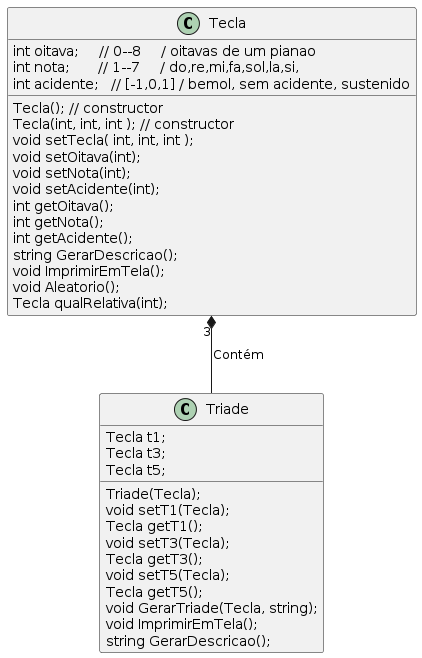
Earlier version of the PlantUML export c++/projects/notas/documetation/classDiagram.png (marcuswlima/learning). Source of this version:
```plantuml
@startuml
class Triade{
    Triade(Tecla);
    void setT1(Tecla);
    Tecla getT1();
    void setT3(Tecla);
    Tecla getT3();
    void setT5(Tecla);
    Tecla getT5();
    void GerarTriade(Tecla, string);
    void ImprimirEmTela();
    string GerarDescricao();
    Tecla t1;
    Tecla t3;
    Tecla t5;
}


class Tecla {
    Tecla(); // constructor
    Tecla(int, int, int ); // constructor
    void setTecla( int, int, int );
    void setOitava(int);
    void setNota(int);
    void setAcidente(int);
    int getOitava();
    int getNota();
    int getAcidente();
    string GerarDescricao();
    void ImprimirEmTela();
    void Aleatorio();
    Tecla qualRelativa(int);
    int oitava;     // 0--8     / oitavas de um pianao
    int nota;       // 1--7     / do,re,mi,fa,sol,la,si,
    int acidente;   // [-1,0,1] / bemol, sem acidente, sustenido
}

Tecla "3" *-- Triade: Contém

@enduml
```
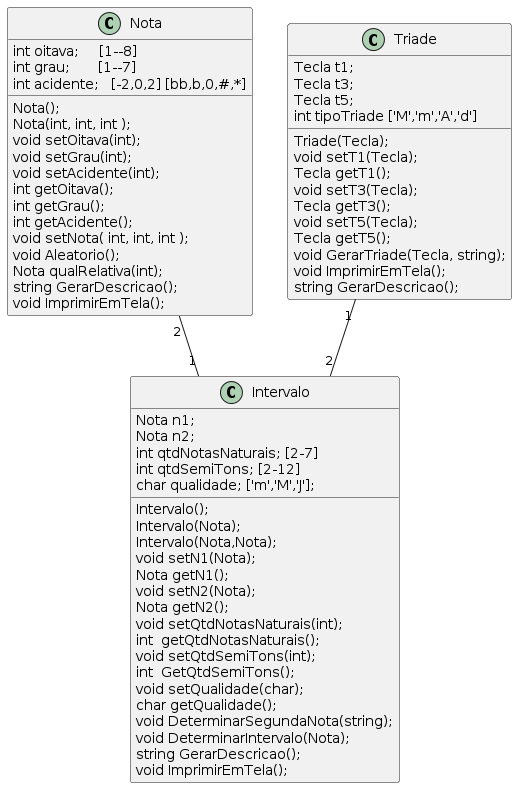
Above is the later version.

Diff of the diagram source:
```diff
@@ -1,4 +1,52 @@
 @startuml
+
+Nota "2"--"1" Intervalo
+Triade "1" -- "2" Intervalo
+
+class Nota {
+    Nota();
+    Nota(int, int, int );
+    void setOitava(int);
+    void setGrau(int);
+    void setAcidente(int);
+    int getOitava();
+    int getGrau();
+    int getAcidente();
+    void setNota( int, int, int );
+    void Aleatorio();
+    Nota qualRelativa(int);
+    string GerarDescricao();
+    void ImprimirEmTela();
+    int oitava;     [1--8]
+    int grau;       [1--7]
+    int acidente;   [-2,0,2] [bb,b,0,#,*]
+}
+
+class Intervalo {
+    Intervalo();
+    Intervalo(Nota);
+    Intervalo(Nota,Nota);
+    void setN1(Nota);
+    Nota getN1();
+    void setN2(Nota);
+    Nota getN2();
+    void setQtdNotasNaturais(int);
+    int  getQtdNotasNaturais();
+    void setQtdSemiTons(int);
+    int  GetQtdSemiTons();
+    void setQualidade(char);
+    char getQualidade();
+    void DeterminarSegundaNota(string);
+    void DeterminarIntervalo(Nota);
+    string GerarDescricao();
+    void ImprimirEmTela();
+    Nota n1;
+    Nota n2;
+    int qtdNotasNaturais; [2-7]
+    int qtdSemiTons; [2-12]
+    char qualidade; ['m','M','J'];
+}
+
 class Triade{
     Triade(Tecla);
     void setT1(Tecla);
@@ -13,28 +61,7 @@
     Tecla t1;
     Tecla t3;
     Tecla t5;
+    int tipoTriade ['M','m','A','d']
 }
 
-
-class Tecla {
-    Tecla(); // constructor
-    Tecla(int, int, int ); // constructor
-    void setTecla( int, int, int );
-    void setOitava(int);
-    void setNota(int);
-    void setAcidente(int);
-    int getOitava();
-    int getNota();
-    int getAcidente();
-    string GerarDescricao();
-    void ImprimirEmTela();
-    void Aleatorio();
-    Tecla qualRelativa(int);
-    int oitava;     // 0--8     / oitavas de um pianao
-    int nota;       // 1--7     / do,re,mi,fa,sol,la,si,
-    int acidente;   // [-1,0,1] / bemol, sem acidente, sustenido
-}
-
-Tecla "3" *-- Triade: Contém
-
 @enduml
```
